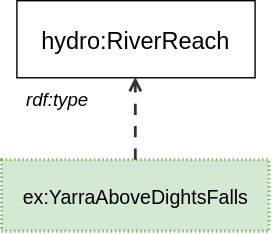
Above: ssn/images/domain-feature.svg in w3c/sdw-sosa-ssn (draw.io), before the change. Source tidied: cells renumbered, new cells last; positions are measured from the earlier drawing's top-left corner, leaving out a move shared by most shapes.
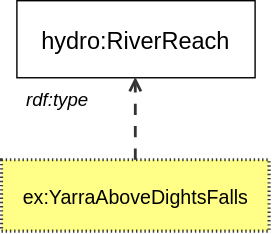
After the commit.

Diff of the diagram source:
```diff
@@ -2,7 +2,7 @@
   <root>
     <mxCell id="0" />
     <mxCell id="1" parent="0" />
-    <mxCell id="2" value="&lt;font style=&quot;font-size: 14px;&quot;&gt;ex:YarraAboveDightsFalls&lt;/font&gt;" style="html=1;overflow=block;blockSpacing=1;whiteSpace=wrap;fontSize=14.4;fontFamily=Helvetica;align=center;spacing=0;strokeOpacity=100;fillOpacity=100;fillColor=#d5e8d4;dashed=1;fixDash=1;dashPattern=1 2;strokeWidth=2.3;convertToSvg=1;strokeColor=#82b366;" parent="1" vertex="1">
+    <mxCell id="2" value="&lt;font style=&quot;font-size: 14px;&quot;&gt;ex:YarraAboveDightsFalls&lt;/font&gt;" style="html=1;overflow=block;blockSpacing=1;whiteSpace=wrap;fontSize=14.4;fontFamily=Helvetica;align=center;spacing=0;strokeOpacity=100;fillOpacity=100;fillColor=#ffff88;dashed=1;fixDash=1;dashPattern=1 2;strokeWidth=2.3;convertToSvg=1;strokeColor=#36393d;" parent="1" vertex="1">
       <mxGeometry y="114" width="191" height="51" as="geometry" />
     </mxCell>
     <mxCell id="3" value="hydro:RiverReach" style="html=1;overflow=block;blockSpacing=1;whiteSpace=wrap;fontSize=16.8;fontColor=default;fontStyle=0;align=center;spacing=0;strokeOpacity=100;fillOpacity=0;fillColor=#000000;strokeWidth=1;convertToSvg=1;" parent="1" vertex="1">
```
